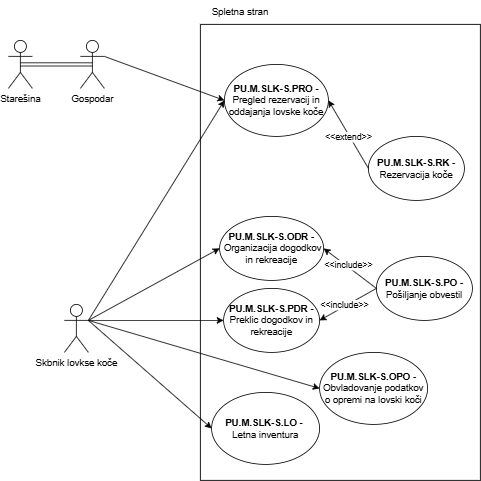
Before: Skrbnistvo lovskih koc-Spletna aplikacija.drawio.png, a diagram exported from draw.io (ErnestISv/Lovstvo). Source tidied: cells renumbered, new cells last; positions are measured from the earlier drawing's top-left corner, leaving out a move shared by most shapes.
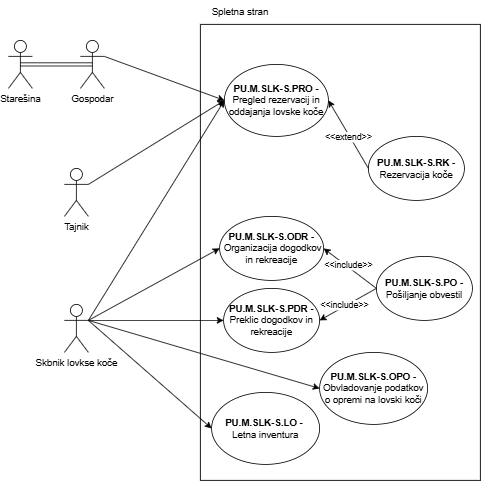
The same diagram one commit later.

What changed in the source:
```diff
@@ -77,5 +77,11 @@
     <mxCell id="26" style="endArrow=classic;html=1;rounded=0;exitX=1;exitY=0.3333333333333333;exitDx=0;exitDy=0;exitPerimeter=0;entryX=0;entryY=0.5;entryDx=0;entryDy=0;" parent="1" edge="1" source="3" target="25">
       <mxGeometry relative="1" as="geometry" />
     </mxCell>
+    <mxCell id="27" value="Tajnik" style="shape=umlActor;verticalLabelPosition=bottom;verticalAlign=top;html=1;outlineConnect=0;" parent="1" vertex="1">
+      <mxGeometry x="70" y="210" width="30" height="60" as="geometry" />
+    </mxCell>
+    <mxCell id="28" style="endArrow=classic;html=1;rounded=0;exitX=1;exitY=0.3333333333333333;exitDx=0;exitDy=0;exitPerimeter=0;entryX=0;entryY=0.5;entryDx=0;entryDy=0;" parent="1" edge="1" source="27" target="16">
+      <mxGeometry relative="1" as="geometry" />
+    </mxCell>
   </root>
 </mxGraphModel>
```
